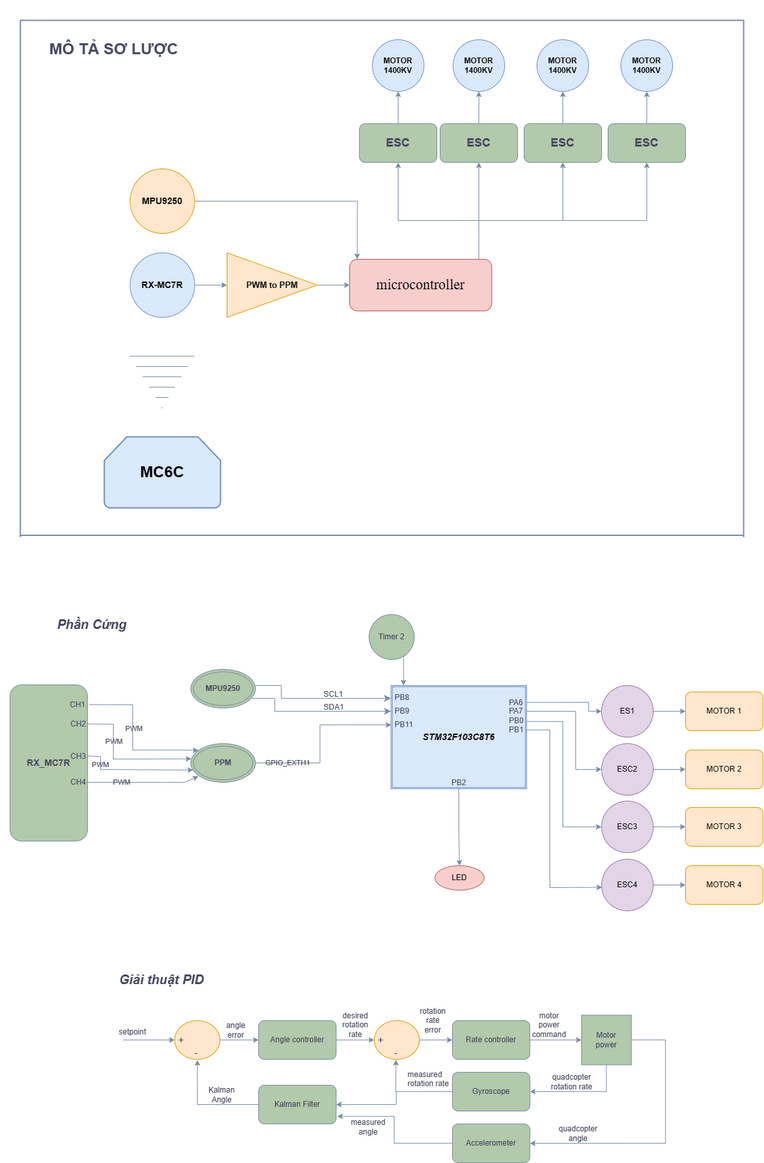
This is Untitled Diagram.drawio.png from trung5522/fly, a draw.io export, as it was before one commit. Source tidied: cells renumbered, new cells last; positions are measured from the earlier drawing's top-left corner, leaving out a move shared by most shapes.
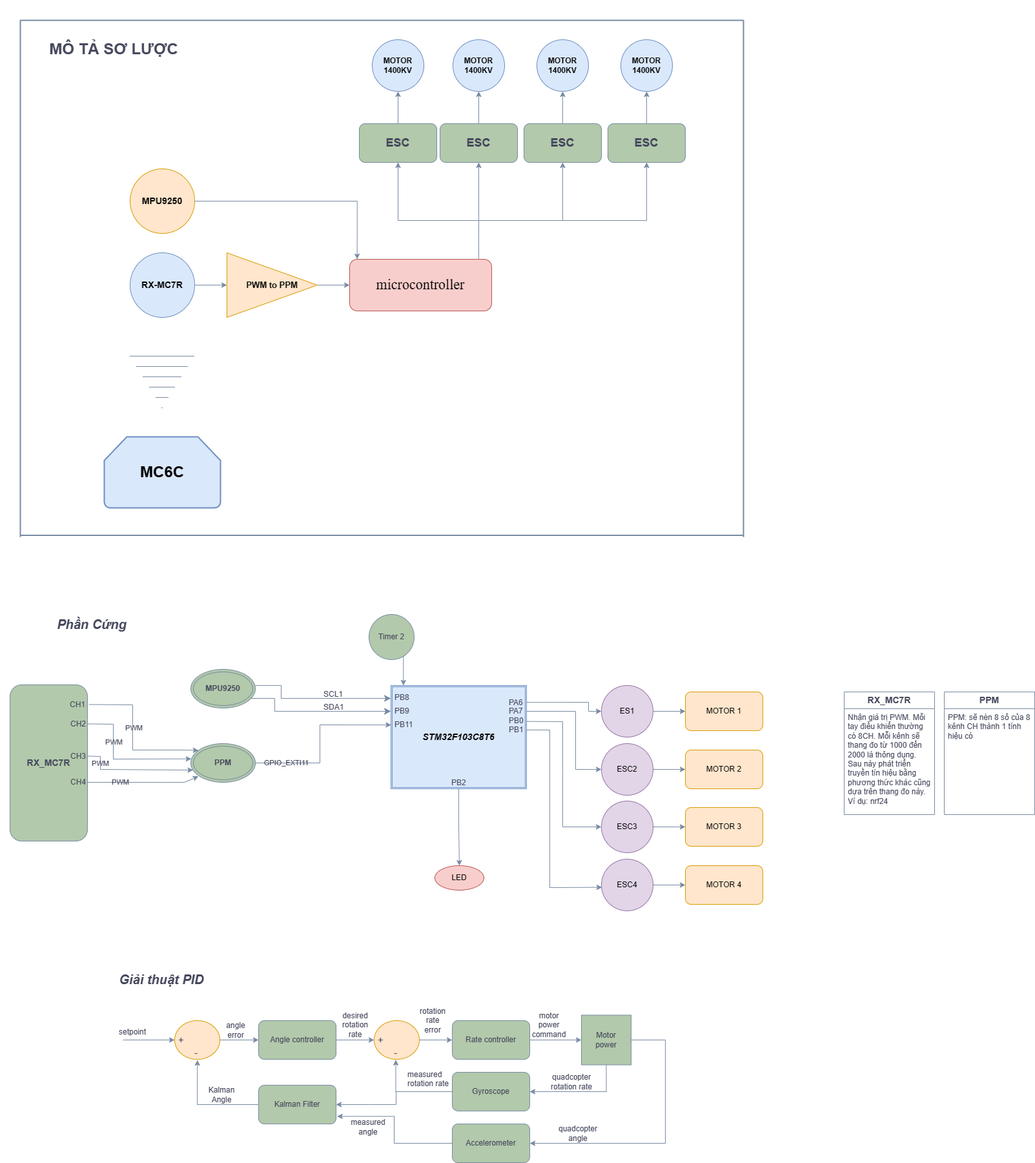
After the change.

Diff of the diagram source:
```diff
@@ -475,5 +475,17 @@
     <mxCell id="116" value="&lt;span style=&quot;font-size: 20px;&quot;&gt;&lt;b&gt;&lt;i&gt;Giải thuật PID&lt;/i&gt;&lt;/b&gt;&lt;/span&gt;" style="text;html=1;strokeColor=none;fillColor=none;align=center;verticalAlign=middle;whiteSpace=wrap;rounded=0;labelBackgroundColor=none;fontColor=#46495D;" parent="1" vertex="1">
       <mxGeometry x="149" y="1500" width="200" height="30" as="geometry" />
     </mxCell>
+    <mxCell id="117" value="&lt;b style=&quot;border-color: var(--border-color); font-size: 14px;&quot;&gt;RX_MC7R&lt;/b&gt;" style="swimlane;fontStyle=0;horizontal=1;startSize=26;fillColor=none;whiteSpace=wrap;html=1;strokeColor=#788AA3;fontColor=#46495D;" parent="1" vertex="1">
+      <mxGeometry x="1306" y="1070" width="140" height="190" as="geometry" />
+    </mxCell>
+    <mxCell id="118" value="Nhận giá trị PWM. Mỗi tay điều khiển thường có 8CH. Mỗi kênh sẽ thang đo từ 1000 đến 2000 là thông dụng. Sau này phát triển truyền tín hiệu bằng phương thức khác cũng dựa trên thang đo này. Ví dụ: nrf24" style="text;strokeColor=none;fillColor=none;align=left;verticalAlign=top;spacingLeft=4;spacingRight=4;overflow=hidden;whiteSpace=wrap;html=1;fontColor=#46495D;" parent="117" vertex="1">
+      <mxGeometry y="26" width="140" height="164" as="geometry" />
+    </mxCell>
+    <mxCell id="119" value="&lt;b style=&quot;border-color: var(--border-color); font-size: 14px;&quot;&gt;PPM&lt;/b&gt;" style="swimlane;fontStyle=0;horizontal=1;startSize=26;fillColor=none;whiteSpace=wrap;html=1;strokeColor=#788AA3;fontColor=#46495D;" parent="1" vertex="1">
+      <mxGeometry x="1461" y="1070" width="140" height="190" as="geometry" />
+    </mxCell>
+    <mxCell id="120" value="PPM: sẽ nén 8 số của 8 kênh CH thành 1 tính hiệu có&amp;nbsp;" style="text;strokeColor=none;fillColor=none;align=left;verticalAlign=top;spacingLeft=4;spacingRight=4;overflow=hidden;whiteSpace=wrap;html=1;fontColor=#46495D;" parent="119" vertex="1">
+      <mxGeometry y="26" width="140" height="164" as="geometry" />
+    </mxCell>
   </root>
 </mxGraphModel>
```
